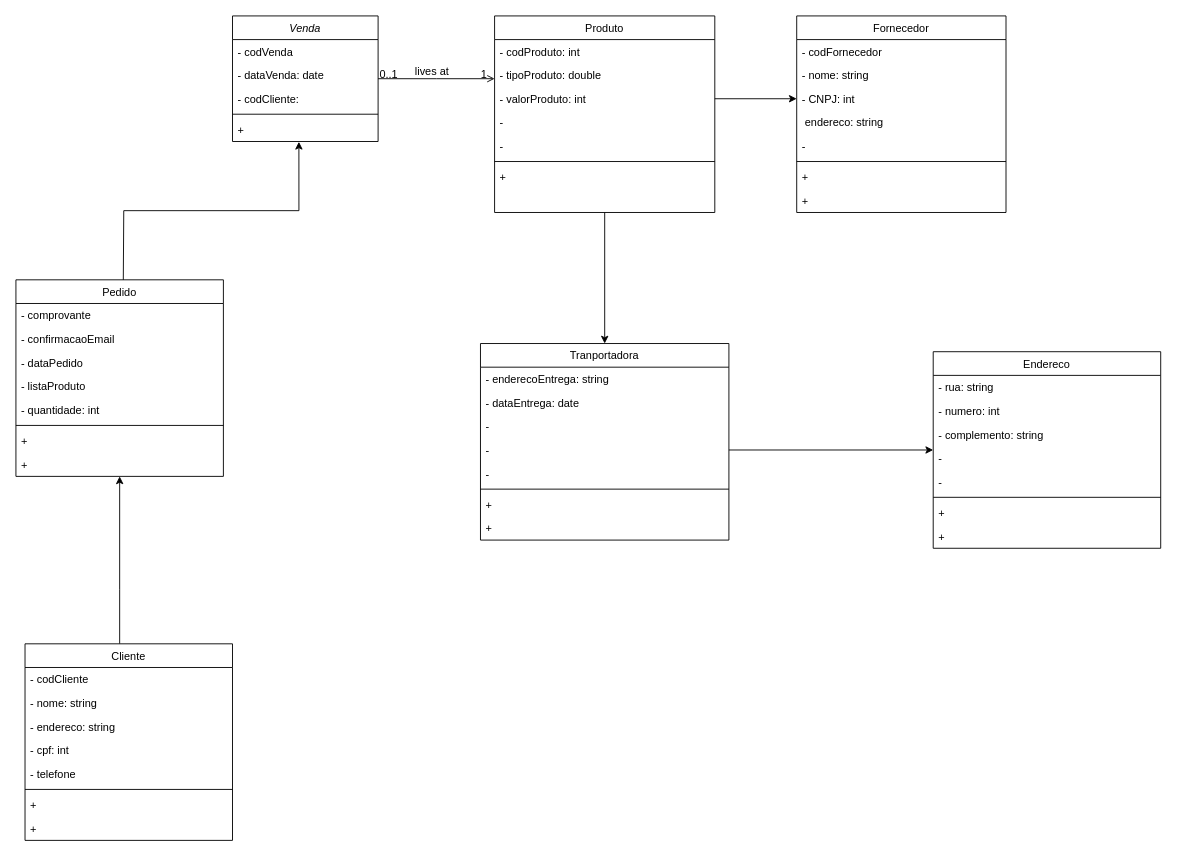
Earlier version of the draw.io diagram Untitled Diagram.drawio (rute00/teste). Source tidied: cells renumbered, new cells numbered last; positions are measured from the earlier drawing's top-left corner, leaving out a move shared by most shapes. Both pictures are drawn from the tidied source at 91%, with x=0, y=0 at pixel (15, 15).
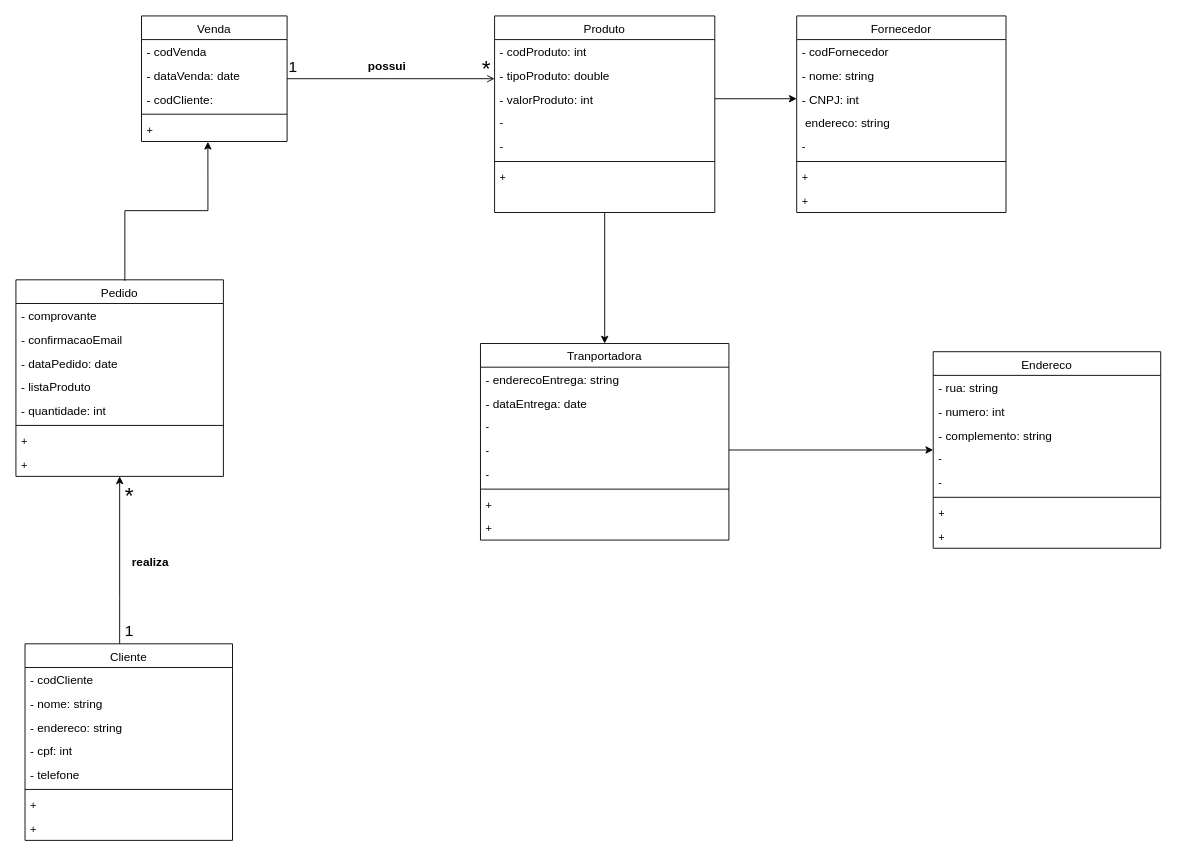
The same diagram, later.

Unchanged cells that the change refers to:
```xml
<mxCell id="7" value="+" style="text;align=left;verticalAlign=top;spacingLeft=4;spacingRight=4;overflow=hidden;points=[[0,0.5],[1,0.5]];portConstraint=eastwest;" parent="2" vertex="1">
  <mxGeometry y="112" width="160" height="26" as="geometry" />
</mxCell>
<mxCell id="17" style="endArrow=open;shadow=0;strokeWidth=1;rounded=0;endFill=1;edgeStyle=elbowEdgeStyle;elbow=vertical;" parent="1" edge="1" source="2" target="9">
  <mxGeometry x="0.5" y="41" relative="1" as="geometry">
    <mxPoint x="-40" y="32" as="offset" />
  </mxGeometry>
</mxCell>
```

Change to the diagram source:
```diff
@@
-    <mxCell id="2" value="Venda" style="swimlane;fontStyle=2;align=center;verticalAlign=top;horizontal=1;startSize=26;rounded=0;shadow=0;strokeWidth=1;" parent="1" vertex="1">
-      <mxGeometry x="238" width="160" height="138" as="geometry" />
+    <mxCell id="2" value="Venda" style="swimlane;fontStyle=0;align=center;verticalAlign=top;horizontal=1;startSize=26;rounded=0;shadow=0;strokeWidth=1;fontSize=13;" parent="1" vertex="1">
+      <mxGeometry x="138" width="160" height="138" as="geometry" />
     </mxCell>
-    <mxCell id="3" value="- codVenda" style="text;align=left;verticalAlign=top;spacingLeft=4;spacingRight=4;overflow=hidden;" parent="2" vertex="1">
+    <mxCell id="3" value="- codVenda" style="text;align=left;verticalAlign=top;spacingLeft=4;spacingRight=4;overflow=hidden;fontSize=13;" parent="2" vertex="1">
       <mxGeometry y="26" width="160" height="26" as="geometry" />
     </mxCell>
-    <mxCell id="4" value="- dataVenda: date" style="text;align=left;verticalAlign=top;spacingLeft=4;spacingRight=4;overflow=hidden;rounded=0;shadow=0;html=0;" parent="2" vertex="1">
+    <mxCell id="4" value="- dataVenda: date" style="text;align=left;verticalAlign=top;spacingLeft=4;spacingRight=4;overflow=hidden;rounded=0;shadow=0;html=0;fontSize=13;" parent="2" vertex="1">
       <mxGeometry y="52" width="160" height="26" as="geometry" />
     </mxCell>
-    <mxCell id="5" value="- codCliente:" style="text;align=left;verticalAlign=top;spacingLeft=4;spacingRight=4;overflow=hidden;rounded=0;shadow=0;html=0;" parent="2" vertex="1">
+    <mxCell id="5" value="- codCliente:" style="text;align=left;verticalAlign=top;spacingLeft=4;spacingRight=4;overflow=hidden;rounded=0;shadow=0;html=0;fontSize=13;" parent="2" vertex="1">
       <mxGeometry y="78" width="160" height="26" as="geometry" />
     </mxCell>
@@
-    <mxCell id="9" value="Produto" style="swimlane;fontStyle=0;align=center;verticalAlign=top;horizontal=1;startSize=26;rounded=0;shadow=0;strokeWidth=1;" parent="1" vertex="1">
+    <mxCell id="9" value="Produto" style="swimlane;fontStyle=0;align=center;verticalAlign=top;horizontal=1;startSize=26;rounded=0;shadow=0;strokeWidth=1;fontSize=13;" parent="1" vertex="1">
       <mxGeometry x="526" width="242" height="216" as="geometry" />
     </mxCell>
-    <mxCell id="10" value="- codProduto: int" style="text;align=left;verticalAlign=top;spacingLeft=4;spacingRight=4;overflow=hidden;" parent="9" vertex="1">
+    <mxCell id="10" value="- codProduto: int" style="text;align=left;verticalAlign=top;spacingLeft=4;spacingRight=4;overflow=hidden;fontSize=13;" parent="9" vertex="1">
       <mxGeometry y="26" width="242" height="26" as="geometry" />
     </mxCell>
-    <mxCell id="11" value="- tipoProduto: double" style="text;align=left;verticalAlign=top;spacingLeft=4;spacingRight=4;overflow=hidden;rounded=0;shadow=0;html=0;" parent="9" vertex="1">
+    <mxCell id="11" value="- tipoProduto: double" style="text;align=left;verticalAlign=top;spacingLeft=4;spacingRight=4;overflow=hidden;rounded=0;shadow=0;html=0;fontSize=13;" parent="9" vertex="1">
       <mxGeometry y="52" width="242" height="26" as="geometry" />
     </mxCell>
-    <mxCell id="12" value="- valorProduto: int" style="text;align=left;verticalAlign=top;spacingLeft=4;spacingRight=4;overflow=hidden;points=[[0,0.5],[1,0.5]];portConstraint=eastwest;rounded=0;shadow=0;html=0;" parent="9" vertex="1">
+    <mxCell id="12" value="- valorProduto: int" style="text;align=left;verticalAlign=top;spacingLeft=4;spacingRight=4;overflow=hidden;points=[[0,0.5],[1,0.5]];portConstraint=eastwest;rounded=0;shadow=0;html=0;fontSize=13;" parent="9" vertex="1">
       <mxGeometry y="78" width="242" height="26" as="geometry" />
     </mxCell>
@@
-    <mxCell id="18" value="0..1" style="align=left;verticalAlign=bottom;labelBackgroundColor=none;fontSize=12;" parent="17" vertex="1">
-      <mxGeometry x="-1" relative="1" as="geometry">
-        <mxPoint y="4" as="offset" />
-      </mxGeometry>
-    </mxCell>
-    <mxCell id="19" value="1" style="align=right;verticalAlign=bottom;labelBackgroundColor=none;fontSize=12;" parent="17" vertex="1">
-      <mxGeometry x="1" relative="1" as="geometry">
-        <mxPoint x="-7" y="4" as="offset" />
-      </mxGeometry>
-    </mxCell>
-    <mxCell id="20" value="lives at" style="text;html=1;align=center;verticalAlign=middle;labelBackgroundColor=none;rounded=0;shadow=0;strokeWidth=1;fontSize=12;" parent="17" vertex="1">
-      <mxGeometry x="0.5" y="49" relative="1" as="geometry">
-        <mxPoint x="-38" y="40" as="offset" />
-      </mxGeometry>
-    </mxCell>
-    <mxCell id="21" value="Fornecedor" style="swimlane;fontStyle=0;align=center;verticalAlign=top;horizontal=1;startSize=26;rounded=0;shadow=0;strokeWidth=1;" parent="1" vertex="1">
+    <mxCell id="21" value="Fornecedor" style="swimlane;fontStyle=0;align=center;verticalAlign=top;horizontal=1;startSize=26;rounded=0;shadow=0;strokeWidth=1;fontSize=13;" parent="1" vertex="1">
       <mxGeometry x="858" width="230" height="216" as="geometry" />
     </mxCell>
-    <mxCell id="22" value="- codFornecedor" style="text;align=left;verticalAlign=top;spacingLeft=4;spacingRight=4;overflow=hidden;" parent="21" vertex="1">
+    <mxCell id="22" value="- codFornecedor" style="text;align=left;verticalAlign=top;spacingLeft=4;spacingRight=4;overflow=hidden;fontSize=13;" parent="21" vertex="1">
       <mxGeometry y="26" width="230" height="26" as="geometry" />
     </mxCell>
-    <mxCell id="23" value="- nome: string" style="text;align=left;verticalAlign=top;spacingLeft=4;spacingRight=4;overflow=hidden;rounded=0;shadow=0;html=0;" parent="21" vertex="1">
-      <mxGeometry y="52" width="230" height="26" as="geometry" />
-    </mxCell>
+    <mxCell id="70" value="- nome: string" style="text;align=left;verticalAlign=top;spacingLeft=4;spacingRight=4;overflow=hidden;rounded=0;shadow=0;html=0;fontSize=13;" parent="21" vertex="1">
+      <mxGeometry y="52" width="230" height="26" as="geometry" />
+    </mxCell>
-    <mxCell id="24" value="- CNPJ: int" style="text;align=left;verticalAlign=top;spacingLeft=4;spacingRight=4;overflow=hidden;points=[[0,0.5],[1,0.5]];portConstraint=eastwest;rounded=0;shadow=0;html=0;" parent="21" vertex="1">
+    <mxCell id="24" value="- CNPJ: int" style="text;align=left;verticalAlign=top;spacingLeft=4;spacingRight=4;overflow=hidden;points=[[0,0.5],[1,0.5]];portConstraint=eastwest;rounded=0;shadow=0;html=0;fontSize=13;" parent="21" vertex="1">
       <mxGeometry y="78" width="230" height="26" as="geometry" />
     </mxCell>
-    <mxCell id="25" value=" endereco: string" style="text;align=left;verticalAlign=top;spacingLeft=4;spacingRight=4;overflow=hidden;rounded=0;shadow=0;html=0;" parent="21" vertex="1">
+    <mxCell id="25" value=" endereco: string" style="text;align=left;verticalAlign=top;spacingLeft=4;spacingRight=4;overflow=hidden;rounded=0;shadow=0;html=0;fontSize=13;" parent="21" vertex="1">
       <mxGeometry y="104" width="230" height="26" as="geometry" />
     </mxCell>
@@
-    <mxCell id="30" value="Endereco" style="swimlane;fontStyle=0;align=center;verticalAlign=top;horizontal=1;startSize=26;rounded=0;shadow=0;strokeWidth=1;" parent="1" vertex="1">
+    <mxCell id="30" value="Endereco" style="swimlane;fontStyle=0;align=center;verticalAlign=top;horizontal=1;startSize=26;rounded=0;shadow=0;strokeWidth=1;fontSize=13;" parent="1" vertex="1">
       <mxGeometry x="1008" y="369" width="250" height="216" as="geometry" />
     </mxCell>
-    <mxCell id="31" value="- rua: string" style="text;align=left;verticalAlign=top;spacingLeft=4;spacingRight=4;overflow=hidden;" parent="30" vertex="1">
+    <mxCell id="31" value="- rua: string" style="text;align=left;verticalAlign=top;spacingLeft=4;spacingRight=4;overflow=hidden;fontSize=13;" parent="30" vertex="1">
       <mxGeometry y="26" width="250" height="26" as="geometry" />
     </mxCell>
-    <mxCell id="32" value="- numero: int" style="text;align=left;verticalAlign=top;spacingLeft=4;spacingRight=4;overflow=hidden;rounded=0;shadow=0;html=0;" parent="30" vertex="1">
+    <mxCell id="32" value="- numero: int" style="text;align=left;verticalAlign=top;spacingLeft=4;spacingRight=4;overflow=hidden;rounded=0;shadow=0;html=0;fontSize=13;" parent="30" vertex="1">
       <mxGeometry y="52" width="250" height="26" as="geometry" />
     </mxCell>
-    <mxCell id="33" value="- complemento: string" style="text;align=left;verticalAlign=top;spacingLeft=4;spacingRight=4;overflow=hidden;rounded=0;shadow=0;html=0;" parent="30" vertex="1">
+    <mxCell id="33" value="- complemento: string" style="text;align=left;verticalAlign=top;spacingLeft=4;spacingRight=4;overflow=hidden;rounded=0;shadow=0;html=0;fontSize=13;" parent="30" vertex="1">
       <mxGeometry y="78" width="250" height="26" as="geometry" />
     </mxCell>
@@
-    <mxCell id="39" value="Pedido" style="swimlane;fontStyle=0;align=center;verticalAlign=top;horizontal=1;startSize=26;rounded=0;shadow=0;strokeWidth=1;" parent="1" vertex="1">
+    <mxCell id="39" value="Pedido" style="swimlane;fontStyle=0;align=center;verticalAlign=top;horizontal=1;startSize=26;rounded=0;shadow=0;strokeWidth=1;fontSize=13;" parent="1" vertex="1">
       <mxGeometry y="290" width="228" height="216" as="geometry" />
     </mxCell>
-    <mxCell id="40" value="- comprovante" style="text;align=left;verticalAlign=top;spacingLeft=4;spacingRight=4;overflow=hidden;" parent="39" vertex="1">
+    <mxCell id="40" value="- comprovante" style="text;align=left;verticalAlign=top;spacingLeft=4;spacingRight=4;overflow=hidden;fontSize=13;" parent="39" vertex="1">
       <mxGeometry y="26" width="228" height="26" as="geometry" />
     </mxCell>
-    <mxCell id="41" value="- confirmacaoEmail" style="text;align=left;verticalAlign=top;spacingLeft=4;spacingRight=4;overflow=hidden;rounded=0;shadow=0;html=0;" parent="39" vertex="1">
+    <mxCell id="41" value="- confirmacaoEmail" style="text;align=left;verticalAlign=top;spacingLeft=4;spacingRight=4;overflow=hidden;rounded=0;shadow=0;html=0;fontSize=13;" parent="39" vertex="1">
       <mxGeometry y="52" width="228" height="26" as="geometry" />
     </mxCell>
-    <mxCell id="42" value="- dataPedido" style="text;align=left;verticalAlign=top;spacingLeft=4;spacingRight=4;overflow=hidden;rounded=0;shadow=0;html=0;" parent="39" vertex="1">
-      <mxGeometry y="78" width="228" height="26" as="geometry" />
-    </mxCell>
+    <mxCell id="71" value="- dataPedido: date" style="text;align=left;verticalAlign=top;spacingLeft=4;spacingRight=4;overflow=hidden;rounded=0;shadow=0;html=0;fontSize=13;" parent="39" vertex="1">
+      <mxGeometry y="78" width="228" height="26" as="geometry" />
+    </mxCell>
-    <mxCell id="43" value="- listaProduto" style="text;align=left;verticalAlign=top;spacingLeft=4;spacingRight=4;overflow=hidden;rounded=0;shadow=0;html=0;" parent="39" vertex="1">
+    <mxCell id="43" value="- listaProduto" style="text;align=left;verticalAlign=top;spacingLeft=4;spacingRight=4;overflow=hidden;rounded=0;shadow=0;html=0;fontSize=13;" parent="39" vertex="1">
       <mxGeometry y="104" width="228" height="26" as="geometry" />
     </mxCell>
-    <mxCell id="44" value="- quantidade: int" style="text;align=left;verticalAlign=top;spacingLeft=4;spacingRight=4;overflow=hidden;rounded=0;shadow=0;html=0;" parent="39" vertex="1">
+    <mxCell id="44" value="- quantidade: int" style="text;align=left;verticalAlign=top;spacingLeft=4;spacingRight=4;overflow=hidden;rounded=0;shadow=0;html=0;fontSize=13;" parent="39" vertex="1">
       <mxGeometry y="130" width="228" height="26" as="geometry" />
     </mxCell>
-    <mxCell id="45" style="line;html=1;strokeWidth=1;align=left;verticalAlign=middle;spacingTop=-1;spacingLeft=3;spacingRight=3;labelPosition=right;" parent="39" vertex="1">
-      <mxGeometry y="156" width="228" height="8" as="geometry" />
-    </mxCell>
-    <mxCell id="46" value="+" style="text;align=left;verticalAlign=top;spacingLeft=4;spacingRight=4;overflow=hidden;" parent="39" vertex="1">
-      <mxGeometry y="164" width="228" height="26" as="geometry" />
-    </mxCell>
+    <mxCell id="72" style="line;html=1;strokeWidth=1;align=left;verticalAlign=middle;spacingTop=-1;spacingLeft=3;spacingRight=3;labelPosition=right;" parent="39" vertex="1">
+      <mxGeometry y="156" width="228" height="8" as="geometry" />
+    </mxCell>
+    <mxCell id="73" value="+" style="text;align=left;verticalAlign=top;spacingLeft=4;spacingRight=4;overflow=hidden;" parent="39" vertex="1">
+      <mxGeometry y="164" width="228" height="26" as="geometry" />
+    </mxCell>
-    <mxCell id="47" value="Tranportadora" style="swimlane;fontStyle=0;align=center;verticalAlign=top;horizontal=1;startSize=26;rounded=0;shadow=0;strokeWidth=1;" parent="1" vertex="1">
+    <mxCell id="47" value="Tranportadora" style="swimlane;fontStyle=0;align=center;verticalAlign=top;horizontal=1;startSize=26;rounded=0;shadow=0;strokeWidth=1;fontSize=13;" parent="1" vertex="1">
       <mxGeometry x="510.5" y="360" width="273" height="216" as="geometry" />
     </mxCell>
-    <mxCell id="48" value="- enderecoEntrega: string" style="text;align=left;verticalAlign=top;spacingLeft=4;spacingRight=4;overflow=hidden;" parent="47" vertex="1">
+    <mxCell id="48" value="- enderecoEntrega: string" style="text;align=left;verticalAlign=top;spacingLeft=4;spacingRight=4;overflow=hidden;fontSize=13;" parent="47" vertex="1">
       <mxGeometry y="26" width="273" height="26" as="geometry" />
     </mxCell>
-    <mxCell id="49" value="- dataEntrega: date" style="text;align=left;verticalAlign=top;spacingLeft=4;spacingRight=4;overflow=hidden;rounded=0;shadow=0;html=0;" parent="47" vertex="1">
+    <mxCell id="49" value="- dataEntrega: date" style="text;align=left;verticalAlign=top;spacingLeft=4;spacingRight=4;overflow=hidden;rounded=0;shadow=0;html=0;fontSize=13;" parent="47" vertex="1">
       <mxGeometry y="52" width="273" height="26" as="geometry" />
     </mxCell>
@@
-    <mxCell id="56" style="edgeStyle=orthogonalEdgeStyle;rounded=0;jettySize=auto;html=1;entryX=0.456;entryY=1.013;entryDx=0;entryDy=0;entryPerimeter=0;" parent="1" edge="1" target="7">
-      <mxGeometry relative="1" as="geometry">
-        <mxPoint x="118" y="290" as="sourcePoint" />
-      </mxGeometry>
-    </mxCell>
-    <mxCell id="57" style="edgeStyle=orthogonalEdgeStyle;rounded=0;jettySize=auto;html=1;" parent="1" edge="1" source="58" target="69">
-      <mxGeometry relative="1" as="geometry">
-        <Array as="points">
-          <mxPoint x="114" y="630" />
-          <mxPoint x="114" y="630" />
-        </Array>
-      </mxGeometry>
-    </mxCell>
+    <mxCell id="74" style="edgeStyle=orthogonalEdgeStyle;rounded=0;jettySize=auto;html=1;entryX=0.456;entryY=1.013;entryDx=0;entryDy=0;entryPerimeter=0;exitX=0.525;exitY=0.005;exitDx=0;exitDy=0;exitPerimeter=0;" parent="1" edge="1" source="39" target="7">
+      <mxGeometry relative="1" as="geometry" />
+    </mxCell>
+    <mxCell id="75" style="edgeStyle=orthogonalEdgeStyle;rounded=0;jettySize=auto;html=1;entryX=0.5;entryY=1;entryDx=0;entryDy=0;" parent="1" edge="1" source="58" target="39">
+      <mxGeometry relative="1" as="geometry">
+        <Array as="points">
+          <mxPoint x="114" y="640" />
+          <mxPoint x="114" y="640" />
+        </Array>
+      </mxGeometry>
+    </mxCell>
-    <mxCell id="58" value="Cliente" style="swimlane;fontStyle=0;align=center;verticalAlign=top;horizontal=1;startSize=26;rounded=0;shadow=0;strokeWidth=1;" parent="1" vertex="1">
+    <mxCell id="58" value="Cliente" style="swimlane;fontStyle=0;align=center;verticalAlign=top;horizontal=1;startSize=26;rounded=0;shadow=0;strokeWidth=1;fontSize=13;" parent="1" vertex="1">
       <mxGeometry x="10" y="690" width="228" height="216" as="geometry" />
     </mxCell>
-    <mxCell id="59" value="- codCliente" style="text;align=left;verticalAlign=top;spacingLeft=4;spacingRight=4;overflow=hidden;" parent="58" vertex="1">
+    <mxCell id="59" value="- codCliente" style="text;align=left;verticalAlign=top;spacingLeft=4;spacingRight=4;overflow=hidden;fontSize=13;" parent="58" vertex="1">
       <mxGeometry y="26" width="228" height="26" as="geometry" />
     </mxCell>
-    <mxCell id="60" value="- nome: string" style="text;align=left;verticalAlign=top;spacingLeft=4;spacingRight=4;overflow=hidden;rounded=0;shadow=0;html=0;" parent="58" vertex="1">
-      <mxGeometry y="52" width="228" height="26" as="geometry" />
-    </mxCell>
+    <mxCell id="76" value="- nome: string" style="text;align=left;verticalAlign=top;spacingLeft=4;spacingRight=4;overflow=hidden;rounded=0;shadow=0;html=0;fontSize=13;" parent="58" vertex="1">
+      <mxGeometry y="52" width="228" height="26" as="geometry" />
+    </mxCell>
-    <mxCell id="61" value="- endereco: string" style="text;align=left;verticalAlign=top;spacingLeft=4;spacingRight=4;overflow=hidden;rounded=0;shadow=0;html=0;" parent="58" vertex="1">
+    <mxCell id="61" value="- endereco: string" style="text;align=left;verticalAlign=top;spacingLeft=4;spacingRight=4;overflow=hidden;rounded=0;shadow=0;html=0;fontSize=13;" parent="58" vertex="1">
       <mxGeometry y="78" width="228" height="26" as="geometry" />
     </mxCell>
-    <mxCell id="62" value="- cpf: int" style="text;align=left;verticalAlign=top;spacingLeft=4;spacingRight=4;overflow=hidden;rounded=0;shadow=0;html=0;" parent="58" vertex="1">
+    <mxCell id="62" value="- cpf: int" style="text;align=left;verticalAlign=top;spacingLeft=4;spacingRight=4;overflow=hidden;rounded=0;shadow=0;html=0;fontSize=13;" parent="58" vertex="1">
       <mxGeometry y="104" width="228" height="26" as="geometry" />
     </mxCell>
-    <mxCell id="63" value="- telefone" style="text;align=left;verticalAlign=top;spacingLeft=4;spacingRight=4;overflow=hidden;rounded=0;shadow=0;html=0;" parent="58" vertex="1">
+    <mxCell id="63" value="- telefone" style="text;align=left;verticalAlign=top;spacingLeft=4;spacingRight=4;overflow=hidden;rounded=0;shadow=0;html=0;fontSize=13;" parent="58" vertex="1">
       <mxGeometry y="130" width="228" height="26" as="geometry" />
     </mxCell>
-    <mxCell id="64" style="line;html=1;strokeWidth=1;align=left;verticalAlign=middle;spacingTop=-1;spacingLeft=3;spacingRight=3;labelPosition=right;" parent="58" vertex="1">
-      <mxGeometry y="156" width="228" height="8" as="geometry" />
-    </mxCell>
-    <mxCell id="65" value="+" style="text;align=left;verticalAlign=top;spacingLeft=4;spacingRight=4;overflow=hidden;" parent="58" vertex="1">
-      <mxGeometry y="164" width="228" height="26" as="geometry" />
-    </mxCell>
+    <mxCell id="77" style="line;html=1;strokeWidth=1;align=left;verticalAlign=middle;spacingTop=-1;spacingLeft=3;spacingRight=3;labelPosition=right;" parent="58" vertex="1">
+      <mxGeometry y="156" width="228" height="8" as="geometry" />
+    </mxCell>
+    <mxCell id="78" value="+" style="text;align=left;verticalAlign=top;spacingLeft=4;spacingRight=4;overflow=hidden;" parent="58" vertex="1">
+      <mxGeometry y="164" width="228" height="26" as="geometry" />
+    </mxCell>
@@
-    <mxCell id="69" value="+" style="text;align=left;verticalAlign=top;spacingLeft=4;spacingRight=4;overflow=hidden;points=[[0,0.5],[1,0.5]];portConstraint=eastwest;" parent="1" vertex="1">
-      <mxGeometry y="480" width="228" height="26" as="geometry" />
-    </mxCell>
+    <mxCell id="79" value="+" style="text;align=left;verticalAlign=top;spacingLeft=4;spacingRight=4;overflow=hidden;" parent="1" vertex="1">
+      <mxGeometry y="480" width="228" height="26" as="geometry" />
+    </mxCell>
+    <mxCell id="80" value="&lt;b&gt;&lt;font style=&quot;font-size: 13px&quot;&gt;realiza&lt;/font&gt;&lt;/b&gt;" style="text;html=1;strokeColor=none;fillColor=none;align=center;verticalAlign=middle;whiteSpace=wrap;rounded=0;" parent="1" vertex="1">
+      <mxGeometry x="118" y="585" width="60" height="30" as="geometry" />
+    </mxCell>
+    <mxCell id="81" value="&lt;b&gt;&lt;font style=&quot;font-size: 13px&quot;&gt;possui&lt;/font&gt;&lt;/b&gt;" style="text;html=1;strokeColor=none;fillColor=none;align=center;verticalAlign=middle;whiteSpace=wrap;rounded=0;" parent="1" vertex="1">
+      <mxGeometry x="378" y="40" width="60" height="30" as="geometry" />
+    </mxCell>
+    <mxCell id="82" value="*" style="align=left;verticalAlign=bottom;labelBackgroundColor=none;fontSize=25;" parent="1" vertex="1">
+      <mxGeometry x="118" y="540" as="geometry" />
+    </mxCell>
+    <mxCell id="83" value="&lt;span style=&quot;color: rgb(0 , 0 , 0) ; font-family: &amp;#34;helvetica&amp;#34; ; font-style: normal ; font-weight: 400 ; letter-spacing: normal ; text-align: left ; text-indent: 0px ; text-transform: none ; word-spacing: 0px ; background-color: rgb(248 , 249 , 250) ; display: inline ; float: none&quot;&gt;&lt;font style=&quot;font-size: 17px&quot;&gt;1&lt;/font&gt;&lt;/span&gt;" style="text;whiteSpace=wrap;html=1;fontSize=13;" parent="1" vertex="1">
+      <mxGeometry x="118" y="660" width="40" height="40" as="geometry" />
+    </mxCell>
+    <mxCell id="84" value="&lt;span style=&quot;color: rgb(0 , 0 , 0) ; font-family: &amp;#34;helvetica&amp;#34; ; font-style: normal ; font-weight: 400 ; letter-spacing: normal ; text-align: left ; text-indent: 0px ; text-transform: none ; word-spacing: 0px ; background-color: rgb(248 , 249 , 250) ; display: inline ; float: none&quot;&gt;&lt;font style=&quot;font-size: 17px&quot;&gt;1&lt;/font&gt;&lt;/span&gt;" style="text;whiteSpace=wrap;html=1;fontSize=13;" parent="1" vertex="1">
+      <mxGeometry x="298" y="40" width="40" height="40" as="geometry" />
+    </mxCell>
+    <mxCell id="85" value="*" style="align=left;verticalAlign=bottom;labelBackgroundColor=none;fontSize=25;" parent="1" vertex="1">
+      <mxGeometry x="510.5" y="70" as="geometry" />
+    </mxCell>
```
